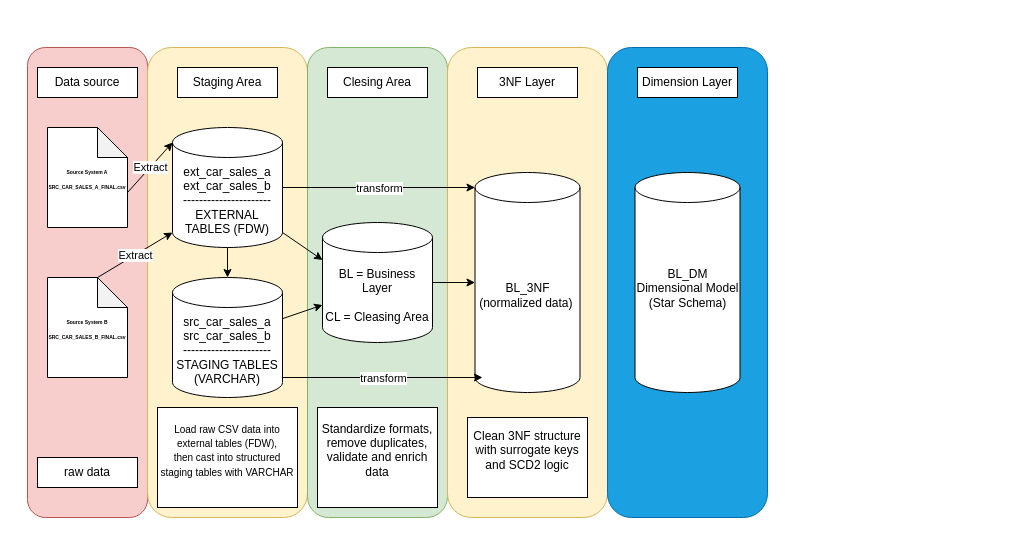
The draw.io diagram page "Page-1" (1 of 2) of Untitled Diagram.drawio in SergejusSG/git-demo1, before the edit. Source tidied: cells renumbered, new cells numbered last; positions are measured from the earlier drawing's top-left corner, leaving out a move shared by most shapes. Both pictures are drawn from the tidied source at 100%, with x=0, y=0 at pixel (27, 47).
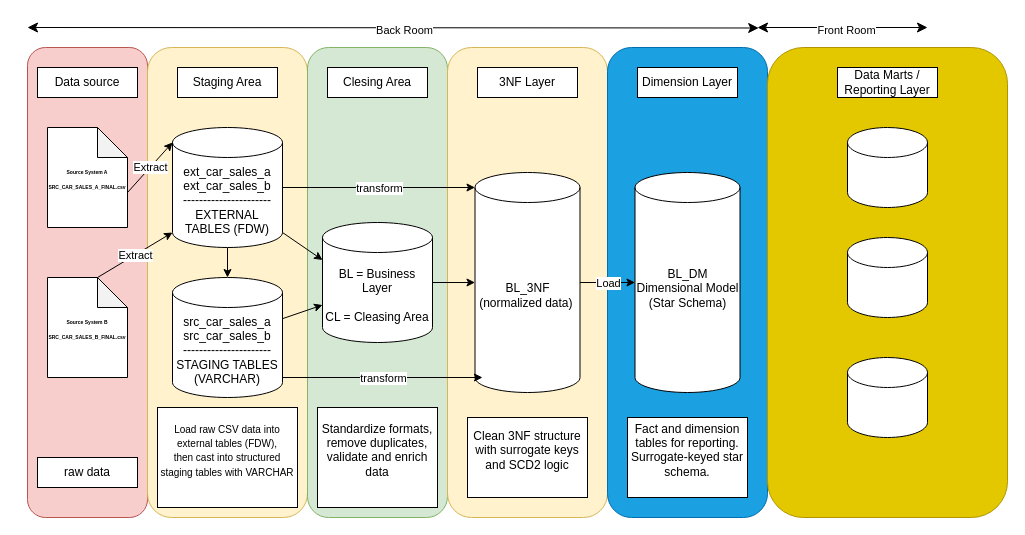
After the change.

Unchanged cells that the change refers to:
```xml
<mxCell id="25" value="BL_3NF&lt;div&gt;(normalized data)&amp;nbsp;&lt;/div&gt;" style="shape=cylinder3;whiteSpace=wrap;html=1;boundedLbl=1;backgroundOutline=1;size=15;" parent="1" vertex="1">
  <mxGeometry x="447.5" y="125" width="105" height="220" as="geometry" />
</mxCell>
<mxCell id="34" value="&lt;div&gt;BL_DM&lt;/div&gt;&lt;div&gt;Dimensional Model (Star Schema)&lt;/div&gt;&lt;div&gt;&lt;br&gt;&lt;/div&gt;" style="shape=cylinder3;whiteSpace=wrap;html=1;boundedLbl=1;backgroundOutline=1;size=15;" parent="1" vertex="1">
  <mxGeometry x="607.5" y="125" width="105" height="220" as="geometry" />
</mxCell>
```

The edit, as a diff of the source:
```diff
@@
+    <mxCell id="35" style="endArrow=classic;html=1;rounded=0;exitX=1;exitY=0.5;exitDx=0;exitDy=0;exitPerimeter=0;entryX=0;entryY=0.5;entryDx=0;entryDy=0;entryPerimeter=0;" parent="1" edge="1" source="25" target="34">
+      <mxGeometry relative="1" as="geometry" />
+    </mxCell>
+    <mxCell id="36" value="Load" style="edgeLabel;html=1;align=center;verticalAlign=middle;" parent="35" vertex="1">
+      <mxGeometry relative="1" as="geometry" />
+    </mxCell>
+    <mxCell id="37" value="&lt;div&gt;&lt;div&gt;&lt;div&gt;&lt;div&gt;Fact and dimension tables for reporting.&lt;/div&gt;&lt;div&gt;Surrogate-keyed star schema.&lt;/div&gt;&lt;/div&gt;&lt;/div&gt;&lt;/div&gt;&lt;div&gt;&lt;br&gt;&lt;/div&gt;" style="rounded=0;whiteSpace=wrap;html=1;" parent="1" vertex="1">
+      <mxGeometry x="600" y="370" width="120" height="80" as="geometry" />
+    </mxCell>
+    <mxCell id="38" style="rounded=1;whiteSpace=wrap;html=1;fillColor=#e3c800;fontColor=#000000;strokeColor=#B09500;" parent="1" vertex="1">
+      <mxGeometry x="740" width="240" height="470" as="geometry" />
+    </mxCell>
+    <mxCell id="39" value="Data Marts / Reporting Layer" style="rounded=0;whiteSpace=wrap;html=1;" parent="1" vertex="1">
+      <mxGeometry x="810" y="20" width="100" height="30" as="geometry" />
+    </mxCell>
+    <mxCell id="40" style="edgeStyle=none;orthogonalLoop=1;jettySize=auto;html=1;endArrow=classic;startArrow=classic;endSize=8;startSize=8;rounded=0;exitX=0.5;exitY=1;exitDx=0;exitDy=0;exitPerimeter=0;" parent="1" edge="1">
+      <mxGeometry relative="1" as="geometry">
+        <mxPoint y="-20" as="sourcePoint" />
+        <mxPoint x="731.2" y="-19.5" as="targetPoint" />
+      </mxGeometry>
+    </mxCell>
+    <mxCell id="41" value="Back Room" style="edgeLabel;html=1;align=center;verticalAlign=middle;" parent="40" vertex="1">
+      <mxGeometry x="0.03" y="-1" relative="1" as="geometry">
+        <mxPoint y="1" as="offset" />
+      </mxGeometry>
+    </mxCell>
+    <mxCell id="42" style="edgeStyle=none;orthogonalLoop=1;jettySize=auto;html=1;endArrow=classic;startArrow=classic;endSize=8;startSize=8;rounded=0;" parent="1" edge="1">
+      <mxGeometry relative="1" as="geometry">
+        <mxPoint x="730" y="-20" as="sourcePoint" />
+        <mxPoint x="900" y="-20" as="targetPoint" />
+      </mxGeometry>
+    </mxCell>
+    <mxCell id="43" value="Front Room" style="edgeLabel;html=1;align=center;verticalAlign=middle;" parent="42" vertex="1">
+      <mxGeometry x="0.03" y="-1" relative="1" as="geometry">
+        <mxPoint y="1" as="offset" />
+      </mxGeometry>
+    </mxCell>
+    <mxCell id="44" style="shape=cylinder3;whiteSpace=wrap;html=1;boundedLbl=1;backgroundOutline=1;size=15;" parent="1" vertex="1">
+      <mxGeometry x="820" y="80" width="80" height="80" as="geometry" />
+    </mxCell>
+    <mxCell id="45" style="shape=cylinder3;whiteSpace=wrap;html=1;boundedLbl=1;backgroundOutline=1;size=15;" parent="1" vertex="1">
+      <mxGeometry x="820" y="190" width="80" height="80" as="geometry" />
+    </mxCell>
+    <mxCell id="46" style="shape=cylinder3;whiteSpace=wrap;html=1;boundedLbl=1;backgroundOutline=1;size=15;" parent="1" vertex="1">
+      <mxGeometry x="820" y="310" width="80" height="80" as="geometry" />
+    </mxCell>
```
